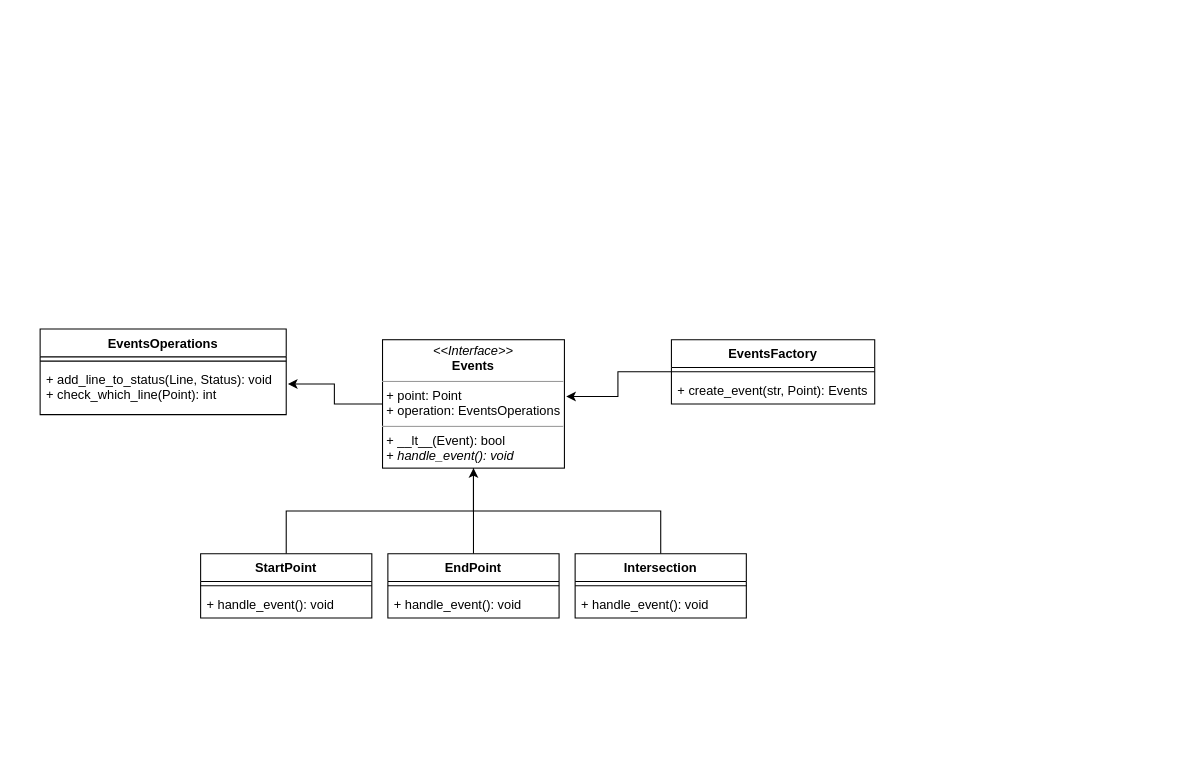
This is docs/geometrio.drawio from lbteixeira/geometrio, a draw.io file, before an edit. Source tidied: cells renumbered, new cells numbered last; positions are measured from the earlier drawing's top-left corner, leaving out a move shared by most shapes. Both pictures are drawn from the tidied source at 107%, with x=0, y=0 at pixel (40, 328).
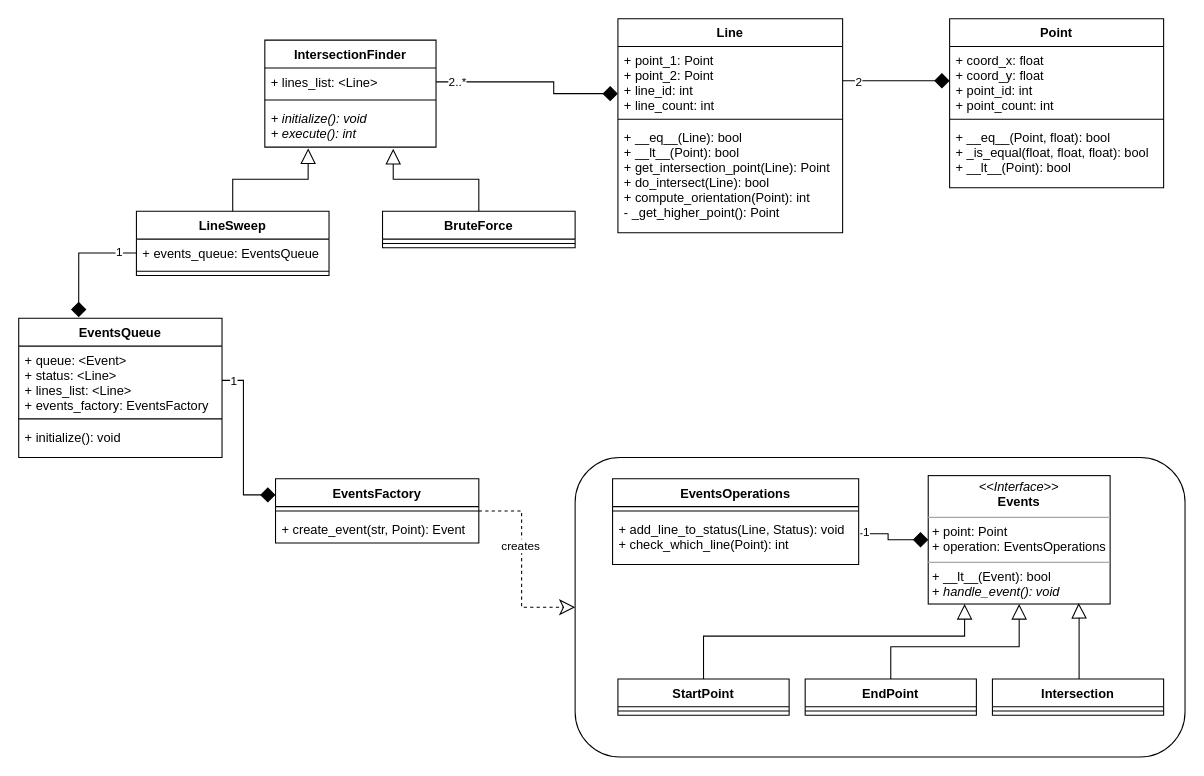
After the change.

Commit message (it also covers changes not shown here):
Intersection finding methods are now classes

Diff of the diagram source:
```diff
@@
-    <mxCell id="2" style="edgeStyle=orthogonalEdgeStyle;rounded=0;jettySize=auto;html=1;entryX=1.007;entryY=0.377;entryDx=0;entryDy=0;entryPerimeter=0;endArrow=classic;endFill=1;" parent="1" edge="1" source="3" target="22">
-      <mxGeometry relative="1" as="geometry" />
-    </mxCell>
+    <mxCell id="23" style="edgeStyle=orthogonalEdgeStyle;rounded=0;jettySize=auto;html=1;entryX=0;entryY=0.5;entryDx=0;entryDy=0;dashed=1;startArrow=none;startFill=0;startSize=12;endArrow=classic;endFill=0;endSize=12;strokeWidth=1;" parent="1" edge="1" source="17" target="29">
+      <mxGeometry relative="1" as="geometry" />
+    </mxCell>
+    <mxCell id="24" value="creates" style="edgeLabel;html=1;align=center;verticalAlign=middle;" parent="23" vertex="1">
+      <mxGeometry x="-0.21" y="-1" relative="1" as="geometry">
+        <mxPoint x="-0.3" y="1" as="offset" />
+      </mxGeometry>
+    </mxCell>
+    <mxCell id="25" style="edgeStyle=orthogonalEdgeStyle;rounded=0;jettySize=auto;html=1;startArrow=none;startFill=0;startSize=12;endArrow=diamond;endFill=1;endSize=12;strokeWidth=1;exitX=1;exitY=0.5;exitDx=0;exitDy=0;" parent="1" edge="1" source="45" target="41">
+      <mxGeometry relative="1" as="geometry">
+        <Array as="points">
+          <mxPoint x="480" y="-231" />
+          <mxPoint x="480" y="-220" />
+        </Array>
+      </mxGeometry>
+    </mxCell>
+    <mxCell id="26" value="2..*" style="edgeLabel;html=1;align=center;verticalAlign=middle;" parent="25" vertex="1">
+      <mxGeometry x="-0.79" y="1" relative="1" as="geometry" />
+    </mxCell>
     <mxCell id="3" value="&lt;p style=&quot;margin: 0px ; margin-top: 4px ; text-align: center&quot;&gt;&lt;i&gt;&amp;lt;&amp;lt;Interface&amp;gt;&amp;gt;&lt;/i&gt;&lt;br&gt;&lt;b&gt;Events&lt;/b&gt;&lt;/p&gt;&lt;hr size=&quot;1&quot;&gt;&lt;p style=&quot;margin: 0px ; margin-left: 4px&quot;&gt;+ point: Point&lt;/p&gt;&lt;p style=&quot;margin: 0px ; margin-left: 4px&quot;&gt;+ operation: EventsOperations&lt;/p&gt;&lt;hr size=&quot;1&quot;&gt;&lt;p style=&quot;margin: 0px ; margin-left: 4px&quot;&gt;+ __lt__(Event): bool&lt;br&gt;+ &lt;i&gt;handle_event(): void&lt;/i&gt;&lt;/p&gt;" style="verticalAlign=top;align=left;overflow=fill;fontSize=12;fontFamily=Helvetica;html=1;" parent="1" vertex="1">
-      <mxGeometry x="320" y="10" width="170" height="120" as="geometry" />
+      <mxGeometry x="830" y="137" width="170" height="120" as="geometry" />
     </mxCell>
+    <mxCell id="27" style="edgeStyle=orthogonalEdgeStyle;rounded=0;jettySize=auto;html=1;entryX=0.5;entryY=1;entryDx=0;entryDy=0;endArrow=block;endFill=0;strokeWidth=1;endSize=12;" parent="1" edge="1" source="7" target="3">
+      <mxGeometry relative="1" as="geometry" />
+    </mxCell>
-    <mxCell id="4" style="edgeStyle=orthogonalEdgeStyle;rounded=0;jettySize=auto;html=1;entryX=0.5;entryY=1;entryDx=0;entryDy=0;" parent="1" edge="1" source="10" target="3">
+    <mxCell id="4" style="edgeStyle=orthogonalEdgeStyle;rounded=0;jettySize=auto;html=1;endArrow=block;endFill=0;strokeWidth=1;endSize=12;entryX=0.2;entryY=1;entryDx=0;entryDy=0;entryPerimeter=0;" parent="1" edge="1" source="10" target="3">
       <mxGeometry relative="1" as="geometry">
         <Array as="points">
-          <mxPoint x="230" y="170" />
-          <mxPoint x="405" y="170" />
+          <mxPoint x="620" y="287" />
+          <mxPoint x="864" y="287" />
         </Array>
       </mxGeometry>
     </mxCell>
-    <mxCell id="5" style="edgeStyle=orthogonalEdgeStyle;rounded=0;jettySize=auto;html=1;entryX=0.5;entryY=1;entryDx=0;entryDy=0;endArrow=none;endFill=0;" parent="1" edge="1" source="13" target="3">
+    <mxCell id="5" style="edgeStyle=orthogonalEdgeStyle;rounded=0;jettySize=auto;html=1;endArrow=block;endFill=0;entryX=0.827;entryY=0.992;entryDx=0;entryDy=0;entryPerimeter=0;strokeWidth=1;endSize=12;" parent="1" edge="1" source="13" target="3">
       <mxGeometry relative="1" as="geometry">
         <Array as="points">
-          <mxPoint x="580" y="170" />
-          <mxPoint x="405" y="170" />
+          <mxPoint x="971" y="270" />
+          <mxPoint x="971" y="270" />
         </Array>
       </mxGeometry>
     </mxCell>
-    <mxCell id="6" style="edgeStyle=orthogonalEdgeStyle;rounded=0;jettySize=auto;html=1;endArrow=none;endFill=0;" parent="1" edge="1" source="7">
-      <mxGeometry relative="1" as="geometry">
-        <mxPoint x="405" y="170" as="targetPoint" />
-      </mxGeometry>
-    </mxCell>
+    <mxCell id="2" style="edgeStyle=orthogonalEdgeStyle;rounded=0;jettySize=auto;html=1;entryX=1.007;entryY=0.377;entryDx=0;entryDy=0;entryPerimeter=0;endArrow=none;endFill=0;startArrow=diamond;startFill=1;endSize=12;startSize=12;" parent="1" edge="1" source="3" target="22">
+      <mxGeometry relative="1" as="geometry" />
+    </mxCell>
+    <mxCell id="28" value="1" style="edgeLabel;html=1;align=center;verticalAlign=middle;" parent="2" vertex="1">
+      <mxGeometry x="0.85" y="-2" relative="1" as="geometry" />
+    </mxCell>
+    <mxCell id="29" style="whiteSpace=wrap;html=1;fillColor=none;rounded=1;" parent="1" vertex="1">
+      <mxGeometry x="500" y="120" width="570" height="280" as="geometry" />
+    </mxCell>
+    <mxCell id="30" style="edgeStyle=orthogonalEdgeStyle;rounded=0;jettySize=auto;html=1;entryX=0;entryY=0.25;entryDx=0;entryDy=0;startArrow=none;startFill=0;startSize=12;endArrow=diamond;endFill=1;endSize=12;strokeWidth=1;" parent="1" edge="1" source="35" target="17">
+      <mxGeometry relative="1" as="geometry" />
+    </mxCell>
+    <mxCell id="31" value="1" style="edgeLabel;html=1;align=center;verticalAlign=middle;" parent="30" vertex="1">
+      <mxGeometry x="-0.95" relative="1" as="geometry">
+        <mxPoint x="6.4" as="offset" />
+      </mxGeometry>
+    </mxCell>
+    <mxCell id="32" style="edgeStyle=orthogonalEdgeStyle;rounded=0;jettySize=auto;html=1;entryX=0;entryY=0.5;entryDx=0;entryDy=0;startArrow=none;startFill=0;startSize=12;endArrow=diamond;endFill=1;endSize=12;strokeWidth=1;" parent="1" edge="1" source="41" target="54">
+      <mxGeometry relative="1" as="geometry" />
+    </mxCell>
+    <mxCell id="33" value="2" style="edgeLabel;html=1;align=center;verticalAlign=middle;" parent="32" vertex="1">
+      <mxGeometry x="-0.73" y="-2" relative="1" as="geometry">
+        <mxPoint y="-2" as="offset" />
+      </mxGeometry>
+    </mxCell>
+    <mxCell id="34" value="EventsQueue" style="swimlane;fontStyle=1;align=center;verticalAlign=top;horizontal=1;startSize=26;fillColor=none;" parent="1" vertex="1">
+      <mxGeometry x="-20" y="-10" width="190" height="130" as="geometry" />
+    </mxCell>
+    <mxCell id="35" value="+ queue: &lt;Event&gt;&#10;+ status: &lt;Line&gt;&#10;+ lines_list: &lt;Line&gt;&#10;+ events_factory: EventsFactory&#10;" style="text;strokeColor=none;fillColor=none;align=left;verticalAlign=top;spacingLeft=4;spacingRight=4;overflow=hidden;points=[[0,0.5],[1,0.5]];portConstraint=eastwest;" parent="34" vertex="1">
+      <mxGeometry y="26" width="190" height="64" as="geometry" />
+    </mxCell>
+    <mxCell id="36" style="line;strokeWidth=1;fillColor=none;align=left;verticalAlign=middle;spacingTop=-1;spacingLeft=3;spacingRight=3;labelPosition=right;" parent="34" vertex="1">
+      <mxGeometry y="90" width="190" height="8" as="geometry" />
+    </mxCell>
+    <mxCell id="37" value="+ initialize(): void" style="text;strokeColor=none;fillColor=none;align=left;verticalAlign=top;spacingLeft=4;spacingRight=4;overflow=hidden;" parent="34" vertex="1">
+      <mxGeometry y="98" width="190" height="32" as="geometry" />
+    </mxCell>
     <mxCell id="7" value="EndPoint" style="swimlane;fontStyle=1;align=center;verticalAlign=top;horizontal=1;startSize=26;" parent="1" vertex="1">
-      <mxGeometry x="325" y="210" width="160" height="60" as="geometry" />
+      <mxGeometry x="715" y="327" width="160" height="34" as="geometry" />
     </mxCell>
@@
-    <mxCell id="9" value="+ handle_event(): void" style="text;strokeColor=none;fillColor=none;align=left;verticalAlign=top;spacingLeft=4;spacingRight=4;overflow=hidden;fontStyle=0;" parent="7" vertex="1">
-      <mxGeometry y="34" width="160" height="26" as="geometry" />
-    </mxCell>
     <mxCell id="10" value="StartPoint" style="swimlane;fontStyle=1;align=center;verticalAlign=top;horizontal=1;startSize=26;" parent="1" vertex="1">
-      <mxGeometry x="150" y="210" width="160" height="60" as="geometry" />
+      <mxGeometry x="540" y="327" width="160" height="34" as="geometry" />
     </mxCell>
@@
-    <mxCell id="12" value="+ handle_event(): void" style="text;strokeColor=none;fillColor=none;align=left;verticalAlign=top;spacingLeft=4;spacingRight=4;overflow=hidden;fontStyle=0;" parent="10" vertex="1">
-      <mxGeometry y="34" width="160" height="26" as="geometry" />
-    </mxCell>
     <mxCell id="13" value="Intersection" style="swimlane;fontStyle=1;align=center;verticalAlign=top;horizontal=1;startSize=26;" parent="1" vertex="1">
-      <mxGeometry x="500" y="210" width="160" height="60" as="geometry" />
+      <mxGeometry x="890" y="327" width="160" height="34" as="geometry" />
     </mxCell>
@@
-    <mxCell id="15" value="+ handle_event(): void" style="text;strokeColor=none;fillColor=none;align=left;verticalAlign=top;spacingLeft=4;spacingRight=4;overflow=hidden;fontStyle=0;" parent="13" vertex="1">
-      <mxGeometry y="34" width="160" height="26" as="geometry" />
-    </mxCell>
-    <mxCell id="16" style="edgeStyle=orthogonalEdgeStyle;rounded=0;jettySize=auto;html=1;endArrow=classic;endFill=1;entryX=1.01;entryY=0.442;entryDx=0;entryDy=0;entryPerimeter=0;" parent="1" edge="1" source="17" target="3">
-      <mxGeometry relative="1" as="geometry" />
-    </mxCell>
+    <mxCell id="20" value="EventsOperations" style="swimlane;fontStyle=1;align=center;verticalAlign=top;horizontal=1;startSize=26;" parent="1" vertex="1">
+      <mxGeometry x="535" y="140" width="230" height="80" as="geometry" />
+    </mxCell>
+    <mxCell id="21" style="line;strokeWidth=1;fillColor=none;align=left;verticalAlign=middle;spacingTop=-1;spacingLeft=3;spacingRight=3;labelPosition=right;" parent="20" vertex="1">
+      <mxGeometry y="26" width="230" height="8" as="geometry" />
+    </mxCell>
+    <mxCell id="22" value="+ add_line_to_status(Line, Status): void&#10;+ check_which_line(Point): int" style="text;strokeColor=none;fillColor=none;align=left;verticalAlign=top;spacingLeft=4;spacingRight=4;overflow=hidden;points=[[0,0.5],[1,0.5]];portConstraint=eastwest;" parent="20" vertex="1">
+      <mxGeometry y="34" width="230" height="46" as="geometry" />
+    </mxCell>
     <mxCell id="17" value="EventsFactory" style="swimlane;fontStyle=1;align=center;verticalAlign=top;horizontal=1;startSize=26;" parent="1" vertex="1">
-      <mxGeometry x="590" y="10" width="190" height="60" as="geometry" />
+      <mxGeometry x="220" y="140" width="190" height="60" as="geometry" />
     </mxCell>
@@
-    <mxCell id="19" value="+ create_event(str, Point): Events" style="text;strokeColor=none;fillColor=none;align=left;verticalAlign=top;spacingLeft=4;spacingRight=4;overflow=hidden;fontStyle=0;" parent="17" vertex="1">
+    <mxCell id="19" value="+ create_event(str, Point): Event" style="text;strokeColor=none;fillColor=none;align=left;verticalAlign=top;spacingLeft=4;spacingRight=4;overflow=hidden;fontStyle=0;" parent="17" vertex="1">
       <mxGeometry y="34" width="190" height="26" as="geometry" />
     </mxCell>
-    <mxCell id="20" value="EventsOperations" style="swimlane;fontStyle=1;align=center;verticalAlign=top;horizontal=1;startSize=26;" parent="1" vertex="1">
-      <mxGeometry width="230" height="80" as="geometry" />
-    </mxCell>
-    <mxCell id="21" style="line;strokeWidth=1;fillColor=none;align=left;verticalAlign=middle;spacingTop=-1;spacingLeft=3;spacingRight=3;labelPosition=right;" parent="20" vertex="1">
-      <mxGeometry y="26" width="230" height="8" as="geometry" />
-    </mxCell>
-    <mxCell id="22" value="+ add_line_to_status(Line, Status): void&#10;+ check_which_line(Point): int" style="text;strokeColor=none;fillColor=none;align=left;verticalAlign=top;spacingLeft=4;spacingRight=4;overflow=hidden;points=[[0,0.5],[1,0.5]];portConstraint=eastwest;" parent="20" vertex="1">
-      <mxGeometry y="34" width="230" height="46" as="geometry" />
-    </mxCell>
+    <mxCell id="38" style="edgeStyle=orthogonalEdgeStyle;rounded=0;jettySize=auto;html=1;endArrow=block;endFill=0;endSize=12;entryX=0.253;entryY=1.03;entryDx=0;entryDy=0;entryPerimeter=0;" parent="1" edge="1" source="48" target="47">
+      <mxGeometry relative="1" as="geometry">
+        <Array as="points">
+          <mxPoint x="180" y="-140" />
+          <mxPoint x="251" y="-140" />
+        </Array>
+      </mxGeometry>
+    </mxCell>
+    <mxCell id="39" style="edgeStyle=orthogonalEdgeStyle;rounded=0;jettySize=auto;html=1;endSize=12;endArrow=block;endFill=0;entryX=0.75;entryY=1.04;entryDx=0;entryDy=0;entryPerimeter=0;" parent="1" edge="1" source="51" target="47">
+      <mxGeometry relative="1" as="geometry">
+        <Array as="points">
+          <mxPoint x="410" y="-140" />
+          <mxPoint x="330" y="-140" />
+        </Array>
+      </mxGeometry>
+    </mxCell>
+    <mxCell id="40" value="Line" style="swimlane;fontStyle=1;align=center;verticalAlign=top;horizontal=1;startSize=26;fillColor=none;" parent="1" vertex="1">
+      <mxGeometry x="540" y="-290" width="210" height="200" as="geometry" />
+    </mxCell>
+    <mxCell id="41" value="+ point_1: Point&#10;+ point_2: Point&#10;+ line_id: int&#10;+ line_count: int" style="text;strokeColor=none;fillColor=none;align=left;verticalAlign=top;spacingLeft=4;spacingRight=4;overflow=hidden;points=[[0,0.5],[1,0.5]];portConstraint=eastwest;" parent="40" vertex="1">
+      <mxGeometry y="26" width="210" height="64" as="geometry" />
+    </mxCell>
+    <mxCell id="42" style="line;strokeWidth=1;fillColor=none;align=left;verticalAlign=middle;spacingTop=-1;spacingLeft=3;spacingRight=3;labelPosition=right;" parent="40" vertex="1">
+      <mxGeometry y="90" width="210" height="8" as="geometry" />
+    </mxCell>
+    <mxCell id="43" value="+ __eq__(Line): bool&#10;+ __lt__(Point): bool&#10;+ get_intersection_point(Line): Point&#10;+ do_intersect(Line): bool&#10;+ compute_orientation(Point): int&#10;- _get_higher_point(): Point" style="text;strokeColor=none;fillColor=none;align=left;verticalAlign=top;spacingLeft=4;spacingRight=4;overflow=hidden;" parent="40" vertex="1">
+      <mxGeometry y="98" width="210" height="102" as="geometry" />
+    </mxCell>
+    <mxCell id="44" value="IntersectionFinder" style="swimlane;fontStyle=1;align=center;verticalAlign=top;horizontal=1;startSize=26;fillColor=none;" parent="1" vertex="1">
+      <mxGeometry x="210" y="-270" width="160" height="100" as="geometry" />
+    </mxCell>
+    <mxCell id="45" value="+ lines_list: &lt;Line&gt;" style="text;strokeColor=none;fillColor=none;align=left;verticalAlign=top;spacingLeft=4;spacingRight=4;overflow=hidden;points=[[0,0.5],[1,0.5]];portConstraint=eastwest;" parent="44" vertex="1">
+      <mxGeometry y="26" width="160" height="26" as="geometry" />
+    </mxCell>
+    <mxCell id="46" style="line;strokeWidth=1;fillColor=none;align=left;verticalAlign=middle;spacingTop=-1;spacingLeft=3;spacingRight=3;labelPosition=right;" parent="44" vertex="1">
+      <mxGeometry y="52" width="160" height="8" as="geometry" />
+    </mxCell>
+    <mxCell id="47" value="+ initialize(): void&#10;+ execute(): int" style="text;strokeColor=none;fillColor=none;align=left;verticalAlign=top;spacingLeft=4;spacingRight=4;overflow=hidden;points=[[0,0.5],[1,0.5]];portConstraint=eastwest;fontStyle=2;" parent="44" vertex="1">
+      <mxGeometry y="60" width="160" height="40" as="geometry" />
+    </mxCell>
+    <mxCell id="48" value="LineSweep" style="swimlane;fontStyle=1;align=center;verticalAlign=top;horizontal=1;startSize=26;fillColor=none;" parent="1" vertex="1">
+      <mxGeometry x="90" y="-110" width="180" height="60" as="geometry" />
+    </mxCell>
+    <mxCell id="49" value="+ events_queue: EventsQueue" style="text;strokeColor=none;fillColor=none;align=left;verticalAlign=top;spacingLeft=4;spacingRight=4;overflow=hidden;points=[[0,0.5],[1,0.5]];portConstraint=eastwest;" parent="48" vertex="1">
+      <mxGeometry y="26" width="180" height="26" as="geometry" />
+    </mxCell>
+    <mxCell id="50" style="line;strokeWidth=1;fillColor=none;align=left;verticalAlign=middle;spacingTop=-1;spacingLeft=3;spacingRight=3;labelPosition=right;" parent="48" vertex="1">
+      <mxGeometry y="52" width="180" height="8" as="geometry" />
+    </mxCell>
+    <mxCell id="51" value="BruteForce" style="swimlane;fontStyle=1;align=center;verticalAlign=top;horizontal=1;startSize=26;fillColor=none;" parent="1" vertex="1">
+      <mxGeometry x="320" y="-110" width="180" height="34" as="geometry" />
+    </mxCell>
+    <mxCell id="52" style="line;strokeWidth=1;fillColor=none;align=left;verticalAlign=middle;spacingTop=-1;spacingLeft=3;spacingRight=3;labelPosition=right;" parent="51" vertex="1">
+      <mxGeometry y="26" width="180" height="8" as="geometry" />
+    </mxCell>
+    <mxCell id="53" value="Point" style="swimlane;fontStyle=1;align=center;verticalAlign=top;horizontal=1;startSize=26;fillColor=none;" parent="1" vertex="1">
+      <mxGeometry x="850" y="-290" width="200" height="158" as="geometry" />
+    </mxCell>
+    <mxCell id="54" value="+ coord_x: float&#10;+ coord_y: float&#10;+ point_id: int&#10;+ point_count: int" style="text;strokeColor=none;fillColor=none;align=left;verticalAlign=top;spacingLeft=4;spacingRight=4;overflow=hidden;points=[[0,0.5],[1,0.5]];portConstraint=eastwest;" parent="53" vertex="1">
+      <mxGeometry y="26" width="200" height="64" as="geometry" />
+    </mxCell>
+    <mxCell id="55" style="line;strokeWidth=1;fillColor=none;align=left;verticalAlign=middle;spacingTop=-1;spacingLeft=3;spacingRight=3;labelPosition=right;" parent="53" vertex="1">
+      <mxGeometry y="90" width="200" height="8" as="geometry" />
+    </mxCell>
+    <mxCell id="56" value="+ __eq__(Point, float): bool&#10;+ _is_equal(float, float, float): bool&#10;+ __lt__(Point): bool" style="text;strokeColor=none;fillColor=none;align=left;verticalAlign=top;spacingLeft=4;spacingRight=4;overflow=hidden;" parent="53" vertex="1">
+      <mxGeometry y="98" width="200" height="60" as="geometry" />
+    </mxCell>
+    <mxCell id="57" style="edgeStyle=orthogonalEdgeStyle;rounded=0;jettySize=auto;html=1;entryX=0.295;entryY=-0.008;entryDx=0;entryDy=0;entryPerimeter=0;endArrow=diamond;endFill=1;endSize=12;" parent="1" edge="1" source="49" target="34">
+      <mxGeometry relative="1" as="geometry" />
+    </mxCell>
+    <mxCell id="58" value="1" style="edgeLabel;html=1;align=center;verticalAlign=middle;" parent="57" vertex="1">
+      <mxGeometry x="-0.7" y="-2" relative="1" as="geometry" />
+    </mxCell>
```
